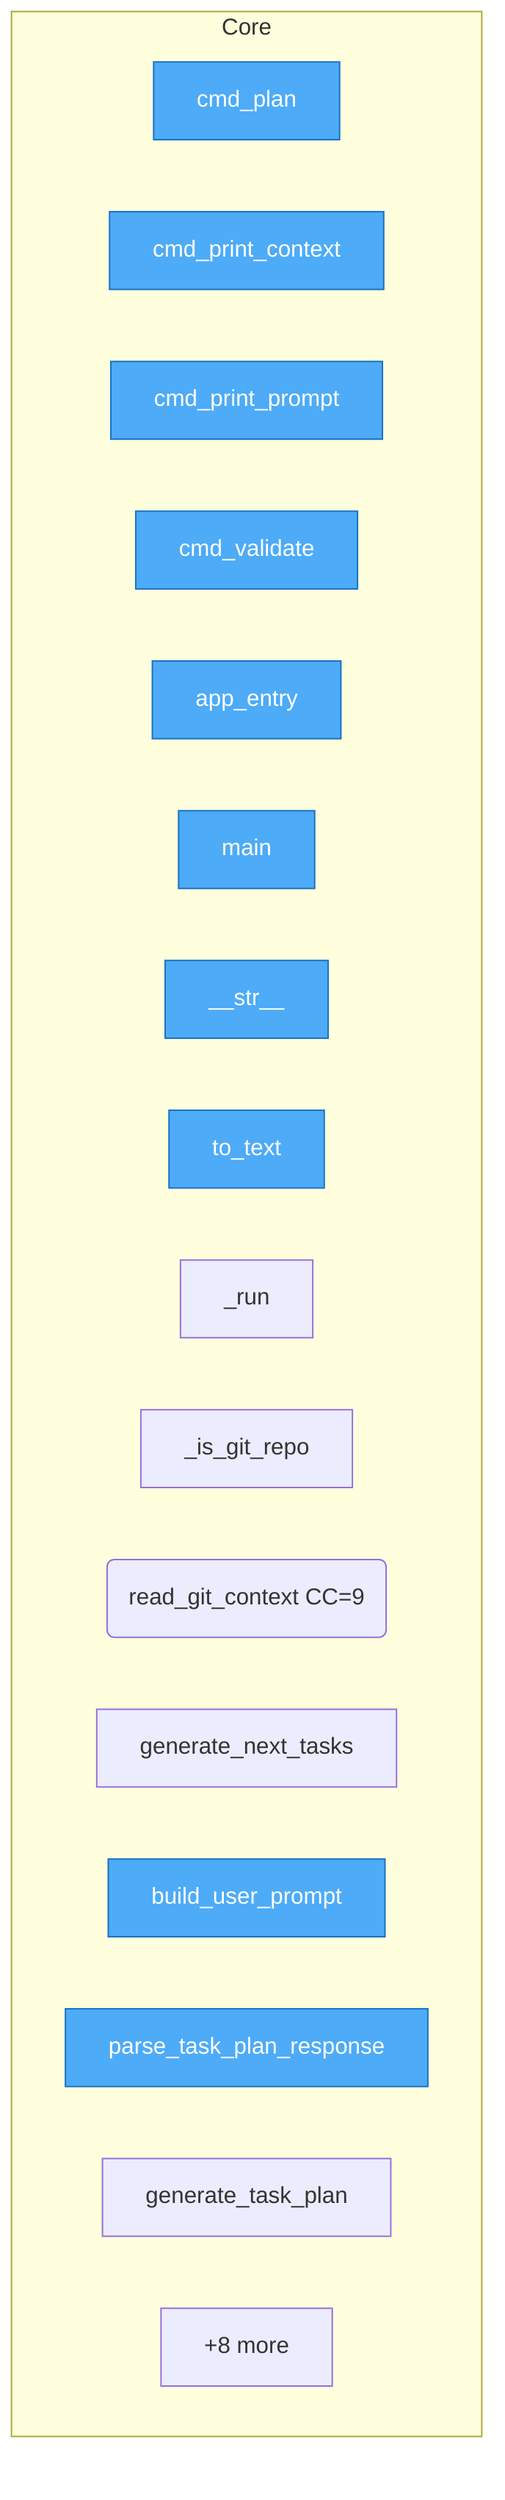
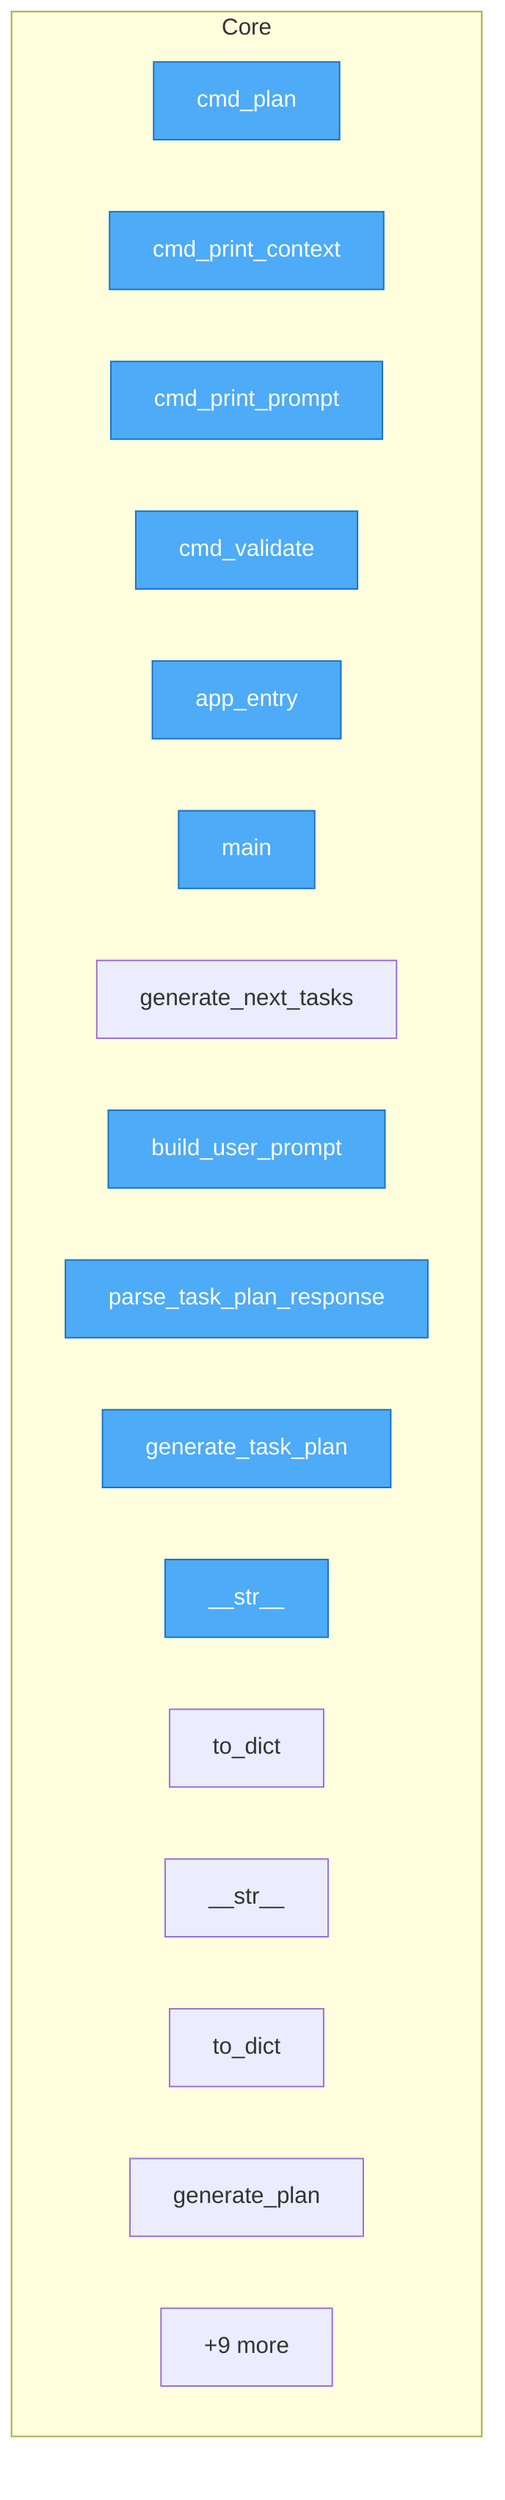
flowchart TD
%% generated in 0.00s

    %% Entry points (blue)
    classDef entry fill:#4dabf7,stroke:#1971c2,color:#fff

    subgraph Core
        src__lane__cli__cmd_plan["cmd_plan"]
        src__lane__cli__cmd_print_context["cmd_print_context"]
        src__lane__cli__cmd_print_prompt["cmd_print_prompt"]
        src__lane__cli__cmd_validate["cmd_validate"]
        src__lane__cli__app_entry["app_entry"]
        src__lane__cli__main["main"]
-         src__lane__git_reader__CommitInfo____str__["__str__"]
-         src__lane__git_reader__GitContext__to_text["to_text"]
-         src__lane__git_reader___run["_run"]
-         src__lane__git_reader___is_git_repo["_is_git_repo"]
-         src__lane__git_reader__read_git_context("read_git_context CC=9")
        src__lane__planner__generate_next_tasks["generate_next_tasks"]
        src__lane__llm_client__build_user_prompt["build_user_prompt"]
        src__lane__llm_client__parse_task_plan_response["parse_task_plan_response"]
        src__lane__llm_client__OpenAICompatibleLLMClient__generate_task_plan["generate_task_plan"]
-         ...["+8 more"]
+         src__lane__models__Task____str__["__str__"]
+         src__lane__models__Task__to_dict["to_dict"]
+         src__lane__models__TaskPlan____str__["__str__"]
+         src__lane__models__TaskPlan__to_dict["to_dict"]
+         src__lane__providers__base__LLMProvider__generate_plan["generate_plan"]
+         ...["+9 more"]
    end

-     class src__lane__cli__cmd_plan,src__lane__cli__cmd_print_context,src__lane__cli__cmd_print_prompt,src__lane__cli__cmd_validate,src__lane__cli__app_entry,src__lane__cli__main,src__lane__git_reader__CommitInfo____str__,src__lane__git_reader__GitContext__to_text,src__lane__llm_client__build_user_prompt,src__lane__llm_client__parse_task_plan_response entry
+     class src__lane__cli__cmd_plan,src__lane__cli__cmd_print_context,src__lane__cli__cmd_print_prompt,src__lane__cli__cmd_validate,src__lane__cli__app_entry,src__lane__cli__main,src__lane__llm_client__build_user_prompt,src__lane__llm_client__parse_task_plan_response,src__lane__llm_client__OpenAICompatibleLLMClient__generate_task_plan,src__lane__models__Task____str__ entry
